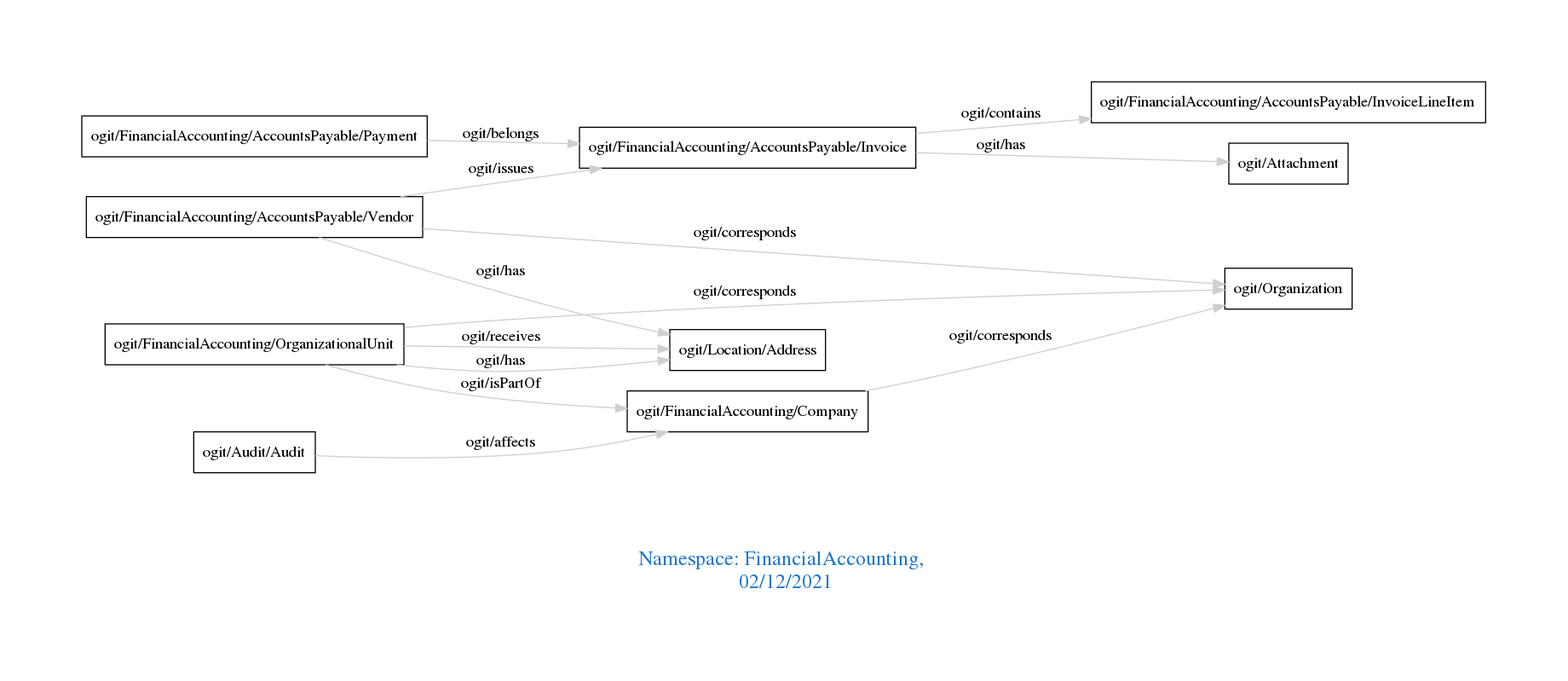
arago/OGIT keeps this Graphviz diagram as downloads/FinancialAccounting.png. Above is the earlier version. Its source is kept beside it as downloads/FinancialAccounting.dot.
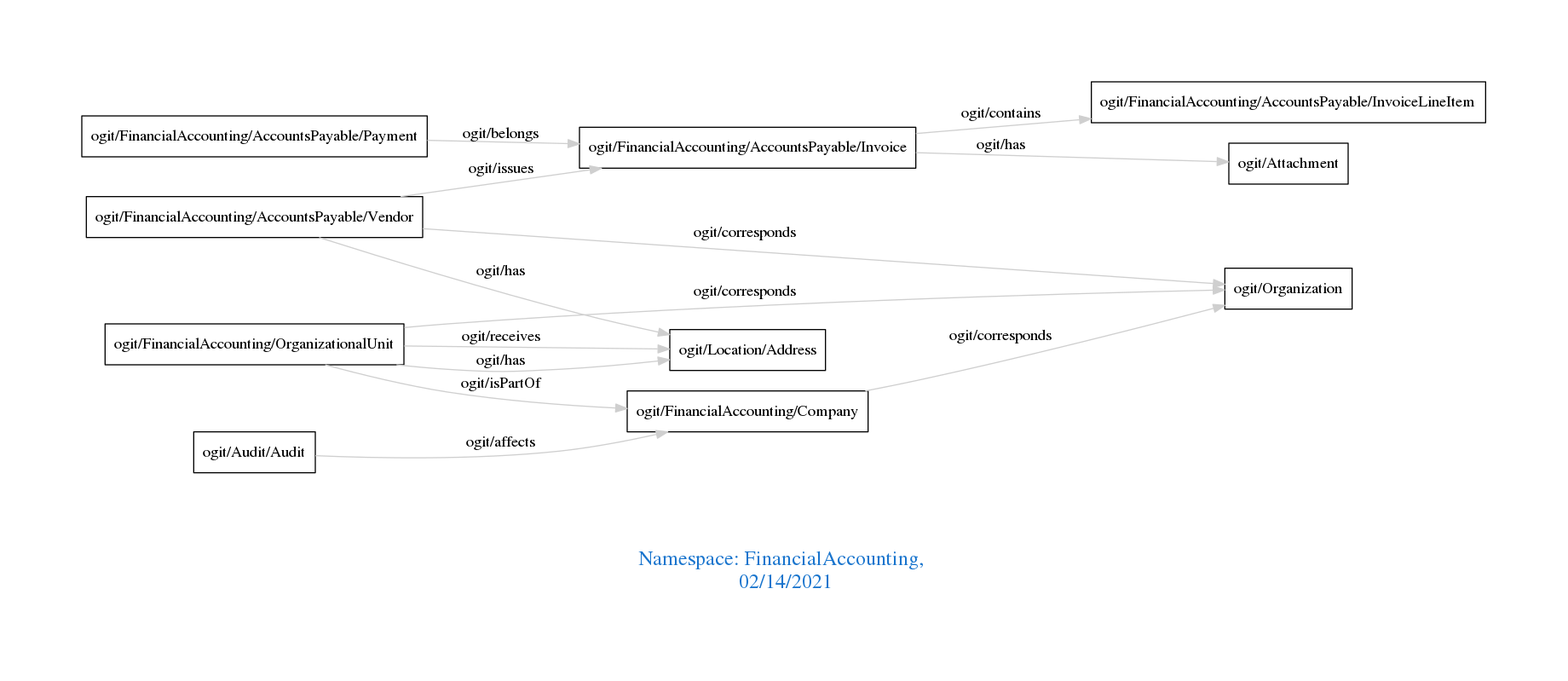
After the commit.

The edit, as a diff of the source:
```diff
@@ -1,7 +1,7 @@
 digraph OGIT_ontology {
  graph [ rankdir= LR,pad=1
 fontsize = 18,
-fontcolor= dodgerblue3,label = "\n\n\nNamespace: FinancialAccounting, \n 02/12/2021"];
+fontcolor= dodgerblue3,label = "\n\n\nNamespace: FinancialAccounting, \n 02/14/2021"];
 node[shape=polygon];
 edge [  color="gray81"];
 
```
